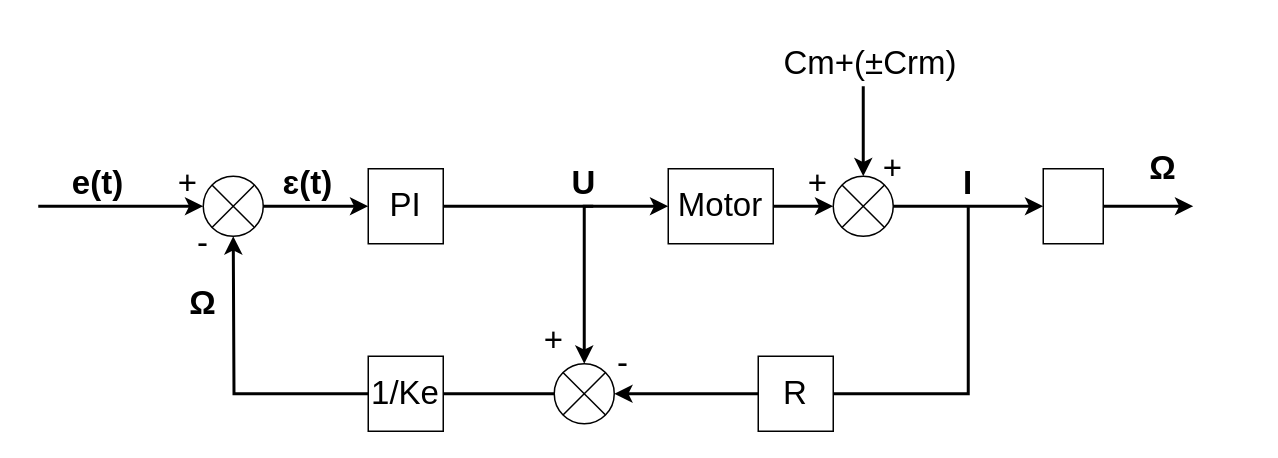
Earlier version of the draw.io diagram page "Page-5" (5 of 6) of add_annotation.drawio (LonelVino/CDN). Source tidied: cells renumbered, new cells numbered last; positions are measured from the earlier drawing's top-left corner, leaving out a move shared by most shapes. Both pictures are drawn from the tidied source at 150%, with x=0, y=0 at pixel (38, 40).
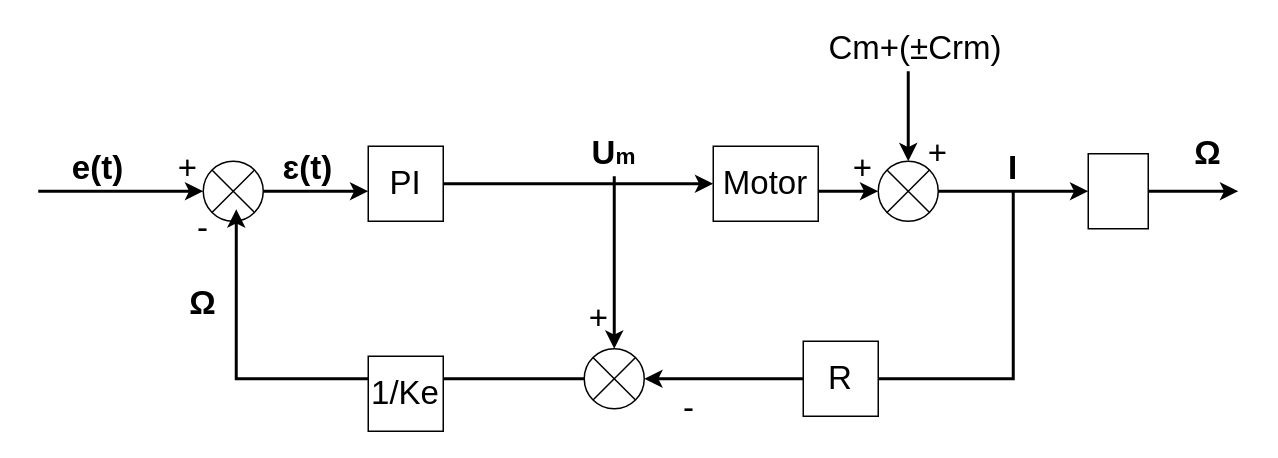
The same page after the edit.

What changed in the source:
```diff
@@
     <mxCell id="2" style="endArrow=classic;html=1;rounded=0;fontSize=22;fontColor=#00994D;strokeWidth=2;edgeStyle=orthogonalEdgeStyle;" parent="1" edge="1">
       <mxGeometry relative="1" as="geometry">
-        <mxPoint y="110" as="sourcePoint" />
-        <mxPoint x="110" y="110" as="targetPoint" />
+        <mxPoint y="100" as="sourcePoint" />
+        <mxPoint x="110" y="100" as="targetPoint" />
         <Array as="points">
-          <mxPoint x="90" y="110" />
-          <mxPoint x="90" y="110" />
+          <mxPoint x="90" y="100" />
+          <mxPoint x="90" y="100" />
         </Array>
       </mxGeometry>
     </mxCell>
     <mxCell id="3" style="shape=sumEllipse;perimeter=ellipsePerimeter;whiteSpace=wrap;html=1;backgroundOutline=1;fontSize=22;fontColor=#00994D;" parent="1" vertex="1">
-      <mxGeometry x="110" y="90" width="40" height="40" as="geometry" />
+      <mxGeometry x="110" y="80" width="40" height="40" as="geometry" />
     </mxCell>
     <mxCell id="4" value="&lt;font color=&quot;#000000&quot;&gt;+&lt;/font&gt;" style="text;html=1;strokeColor=none;fillColor=none;align=center;verticalAlign=middle;whiteSpace=wrap;rounded=0;fontSize=22;fontColor=#00994D;" parent="1" vertex="1">
-      <mxGeometry x="70" y="80" width="60" height="30" as="geometry" />
+      <mxGeometry x="70" y="70" width="60" height="30" as="geometry" />
     </mxCell>
     <mxCell id="5" value="&lt;b&gt;e(t)&lt;/b&gt;" style="text;html=1;strokeColor=none;fillColor=none;align=center;verticalAlign=middle;whiteSpace=wrap;rounded=0;fontSize=22;fontColor=#000000;" parent="1" vertex="1">
-      <mxGeometry x="10" y="80" width="60" height="30" as="geometry" />
+      <mxGeometry x="10" y="70" width="60" height="30" as="geometry" />
     </mxCell>
-    <mxCell id="6" style="endArrow=classic;html=1;rounded=0;fontSize=22;fontColor=#000000;strokeWidth=2;edgeStyle=orthogonalEdgeStyle;exitX=0;exitY=0.5;exitDx=0;exitDy=0;" parent="1" edge="1" source="8">
-      <mxGeometry relative="1" as="geometry">
-        <mxPoint x="130" y="130" as="targetPoint" />
-      </mxGeometry>
+    <mxCell id="6" style="endArrow=classic;html=1;rounded=0;fontSize=22;fontColor=#000000;strokeWidth=2;edgeStyle=orthogonalEdgeStyle;exitX=0;exitY=0.5;exitDx=0;exitDy=0;entryX=0.867;entryY=0.067;entryDx=0;entryDy=0;entryPerimeter=0;" parent="1" edge="1" source="8" target="9">
+      <mxGeometry relative="1" as="geometry" />
     </mxCell>
@@
     <mxCell id="8" style="shape=sumEllipse;perimeter=ellipsePerimeter;whiteSpace=wrap;html=1;backgroundOutline=1;fontSize=22;fontColor=#00994D;" parent="1" vertex="1">
-      <mxGeometry x="344" y="215" width="40" height="40" as="geometry" />
+      <mxGeometry x="364" y="205" width="40" height="40" as="geometry" />
     </mxCell>
     <mxCell id="9" value="&lt;font color=&quot;#000000&quot;&gt;-&lt;/font&gt;" style="text;html=1;strokeColor=none;fillColor=none;align=center;verticalAlign=middle;whiteSpace=wrap;rounded=0;fontSize=22;fontColor=#00994D;" parent="1" vertex="1">
-      <mxGeometry x="80" y="120" width="60" height="30" as="geometry" />
+      <mxGeometry x="80" y="110" width="60" height="30" as="geometry" />
     </mxCell>
     <mxCell id="10" value="&lt;font color=&quot;#000000&quot;&gt;-&lt;/font&gt;" style="text;html=1;strokeColor=none;fillColor=none;align=center;verticalAlign=middle;whiteSpace=wrap;rounded=0;fontSize=22;fontColor=#00994D;" parent="1" vertex="1">
-      <mxGeometry x="360" y="200" width="60" height="30" as="geometry" />
+      <mxGeometry x="404" y="230" width="60" height="30" as="geometry" />
     </mxCell>
     <mxCell id="11" value="&lt;font color=&quot;#000000&quot;&gt;+&lt;/font&gt;" style="text;html=1;strokeColor=none;fillColor=none;align=center;verticalAlign=middle;whiteSpace=wrap;rounded=0;fontSize=22;fontColor=#00994D;" parent="1" vertex="1">
-      <mxGeometry x="314" y="185" width="60" height="30" as="geometry" />
+      <mxGeometry x="344" y="170" width="60" height="30" as="geometry" />
     </mxCell>
-    <mxCell id="12" style="endArrow=classic;html=1;rounded=0;fontSize=22;fontColor=#000000;strokeWidth=2;edgeStyle=orthogonalEdgeStyle;entryX=0.5;entryY=0;entryDx=0;entryDy=0;" parent="1" edge="1" target="8">
-      <mxGeometry relative="1" as="geometry">
-        <mxPoint x="370" y="110" as="sourcePoint" />
-        <Array as="points">
-          <mxPoint x="364" y="140" />
-          <mxPoint x="364" y="140" />
-        </Array>
-      </mxGeometry>
+    <mxCell id="12" style="endArrow=classic;html=1;rounded=0;fontSize=22;fontColor=#000000;strokeWidth=2;edgeStyle=orthogonalEdgeStyle;entryX=0.5;entryY=0;entryDx=0;entryDy=0;exitX=0.5;exitY=1;exitDx=0;exitDy=0;" parent="1" edge="1" source="28" target="8">
+      <mxGeometry relative="1" as="geometry" />
     </mxCell>
     <mxCell id="13" style="endArrow=classic;html=1;rounded=0;fontSize=22;fontColor=#000000;strokeWidth=2;edgeStyle=orthogonalEdgeStyle;exitX=1;exitY=0.5;exitDx=0;exitDy=0;" parent="1" edge="1" source="3">
       <mxGeometry relative="1" as="geometry">
-        <mxPoint x="220" y="110" as="targetPoint" />
+        <mxPoint x="220" y="100" as="targetPoint" />
       </mxGeometry>
     </mxCell>
     <mxCell id="14" value="PI" style="rounded=0;whiteSpace=wrap;html=1;fontSize=22;fontColor=#000000;" parent="1" vertex="1">
-      <mxGeometry x="220" y="85" width="50" height="50" as="geometry" />
+      <mxGeometry x="220" y="70" width="50" height="50" as="geometry" />
     </mxCell>
-    <mxCell id="15" style="endArrow=classic;html=1;rounded=0;fontSize=22;fontColor=#000000;strokeWidth=2;edgeStyle=orthogonalEdgeStyle;exitX=1;exitY=0.5;exitDx=0;exitDy=0;" parent="1" edge="1">
-      <mxGeometry relative="1" as="geometry">
-        <mxPoint x="270" y="110" as="sourcePoint" />
-        <mxPoint x="420" y="110" as="targetPoint" />
-      </mxGeometry>
-    </mxCell>
     <mxCell id="16" value="Motor" style="rounded=0;whiteSpace=wrap;html=1;fontSize=22;fontColor=#000000;" parent="1" vertex="1">
-      <mxGeometry x="420" y="85" width="70" height="50" as="geometry" />
+      <mxGeometry x="450" y="70" width="70" height="50" as="geometry" />
     </mxCell>
     <mxCell id="17" style="endArrow=classic;html=1;rounded=0;fontSize=22;fontColor=#000000;strokeWidth=2;edgeStyle=orthogonalEdgeStyle;exitX=1;exitY=0.5;exitDx=0;exitDy=0;" parent="1" edge="1">
       <mxGeometry relative="1" as="geometry">
-        <mxPoint x="490" y="110" as="sourcePoint" />
-        <mxPoint x="530" y="110" as="targetPoint" />
+        <mxPoint x="520" y="100" as="sourcePoint" />
+        <mxPoint x="560" y="100" as="targetPoint" />
       </mxGeometry>
     </mxCell>
     <mxCell id="18" style="shape=sumEllipse;perimeter=ellipsePerimeter;whiteSpace=wrap;html=1;backgroundOutline=1;fontSize=22;fontColor=#00994D;" parent="1" vertex="1">
-      <mxGeometry x="530" y="90" width="40" height="40" as="geometry" />
+      <mxGeometry x="560" y="80" width="40" height="40" as="geometry" />
     </mxCell>
     <mxCell id="19" value="&lt;font color=&quot;#000000&quot;&gt;+&lt;/font&gt;" style="text;html=1;strokeColor=none;fillColor=none;align=center;verticalAlign=middle;whiteSpace=wrap;rounded=0;fontSize=22;fontColor=#00994D;" parent="1" vertex="1">
-      <mxGeometry x="490" y="80" width="60" height="30" as="geometry" />
+      <mxGeometry x="520" y="70" width="60" height="30" as="geometry" />
     </mxCell>
     <mxCell id="20" style="endArrow=classic;html=1;rounded=0;fontSize=22;fontColor=#000000;strokeWidth=2;edgeStyle=orthogonalEdgeStyle;entryX=0.5;entryY=0;entryDx=0;entryDy=0;" parent="1" edge="1">
       <mxGeometry relative="1" as="geometry">
-        <mxPoint x="550" y="30" as="sourcePoint" />
-        <mxPoint x="550" y="90" as="targetPoint" />
+        <mxPoint x="580" y="20" as="sourcePoint" />
+        <mxPoint x="580" y="80" as="targetPoint" />
         <Array as="points">
-          <mxPoint x="550" y="70" />
-          <mxPoint x="550" y="70" />
+          <mxPoint x="580" y="60" />
+          <mxPoint x="580" y="60" />
         </Array>
       </mxGeometry>
     </mxCell>
     <mxCell id="21" value="Cm+(±Crm)" style="text;html=1;strokeColor=none;fillColor=none;align=center;verticalAlign=middle;whiteSpace=wrap;rounded=0;fontSize=22;fontColor=#000000;" parent="1" vertex="1">
-      <mxGeometry x="490" width="130" height="30" as="geometry" />
+      <mxGeometry x="520" y="-10" width="130" height="30" as="geometry" />
     </mxCell>
     <mxCell id="22" value="&lt;font color=&quot;#000000&quot;&gt;+&lt;/font&gt;" style="text;html=1;strokeColor=none;fillColor=none;align=center;verticalAlign=middle;whiteSpace=wrap;rounded=0;fontSize=22;fontColor=#00994D;" parent="1" vertex="1">
-      <mxGeometry x="540" y="70" width="60" height="30" as="geometry" />
+      <mxGeometry x="570" y="60" width="60" height="30" as="geometry" />
     </mxCell>
     <mxCell id="23" style="endArrow=classic;html=1;rounded=0;fontSize=22;fontColor=#000000;strokeWidth=2;edgeStyle=orthogonalEdgeStyle;exitX=1;exitY=0.5;exitDx=0;exitDy=0;" parent="1" edge="1">
       <mxGeometry relative="1" as="geometry">
-        <mxPoint x="570" y="110" as="sourcePoint" />
-        <mxPoint x="670" y="110" as="targetPoint" />
+        <mxPoint x="600" y="100" as="sourcePoint" />
+        <mxPoint x="700" y="100" as="targetPoint" />
       </mxGeometry>
     </mxCell>
     <mxCell id="24" style="rounded=0;whiteSpace=wrap;html=1;fontSize=22;fontColor=#000000;" parent="1" vertex="1">
-      <mxGeometry x="670" y="85" width="40" height="50" as="geometry" />
+      <mxGeometry x="700" y="75" width="40" height="50" as="geometry" />
     </mxCell>
     <mxCell id="25" style="endArrow=classic;html=1;rounded=0;fontSize=22;fontColor=#000000;strokeWidth=2;edgeStyle=orthogonalEdgeStyle;exitX=1;exitY=0.5;exitDx=0;exitDy=0;" parent="1" edge="1">
       <mxGeometry relative="1" as="geometry">
-        <mxPoint x="710" y="110" as="sourcePoint" />
-        <mxPoint x="770" y="110" as="targetPoint" />
+        <mxPoint x="740" y="100" as="sourcePoint" />
+        <mxPoint x="800" y="100" as="targetPoint" />
       </mxGeometry>
     </mxCell>
     <mxCell id="26" style="endArrow=classic;html=1;rounded=0;fontSize=22;fontColor=#000000;strokeWidth=2;edgeStyle=orthogonalEdgeStyle;entryX=1;entryY=0.5;entryDx=0;entryDy=0;" parent="1" edge="1" target="8">
       <mxGeometry relative="1" as="geometry">
-        <mxPoint x="620" y="110" as="sourcePoint" />
+        <mxPoint x="650" y="100" as="sourcePoint" />
         <Array as="points">
-          <mxPoint x="620" y="235" />
+          <mxPoint x="650" y="225" />
         </Array>
       </mxGeometry>
     </mxCell>
     <mxCell id="27" value="R" style="rounded=0;whiteSpace=wrap;html=1;fontSize=22;fontColor=#000000;" parent="1" vertex="1">
-      <mxGeometry x="480" y="210" width="50" height="50" as="geometry" />
+      <mxGeometry x="510" y="200" width="50" height="50" as="geometry" />
     </mxCell>
-    <mxCell id="28" value="&lt;b&gt;U&lt;/b&gt;" style="text;html=1;strokeColor=none;fillColor=none;align=center;verticalAlign=middle;whiteSpace=wrap;rounded=0;fontSize=22;fontColor=#000000;" parent="1" vertex="1">
-      <mxGeometry x="334" y="80" width="60" height="30" as="geometry" />
+    <mxCell id="28" value="&lt;b&gt;U&lt;font style=&quot;font-size: 15px&quot;&gt;m&lt;/font&gt;&lt;/b&gt;" style="text;html=1;strokeColor=none;fillColor=none;align=center;verticalAlign=middle;whiteSpace=wrap;rounded=0;fontSize=22;fontColor=#000000;" parent="1" vertex="1">
+      <mxGeometry x="354" y="60" width="60" height="30" as="geometry" />
     </mxCell>
     <mxCell id="29" value="&lt;b&gt;Ω&lt;/b&gt;" style="text;html=1;strokeColor=none;fillColor=none;align=center;verticalAlign=middle;whiteSpace=wrap;rounded=0;fontSize=22;fontColor=#000000;" parent="1" vertex="1">
-      <mxGeometry x="720" y="70" width="60" height="30" as="geometry" />
+      <mxGeometry x="750" y="60" width="60" height="30" as="geometry" />
     </mxCell>
@@
     <mxCell id="31" value="&lt;b&gt;I&lt;/b&gt;" style="text;html=1;strokeColor=none;fillColor=none;align=center;verticalAlign=middle;whiteSpace=wrap;rounded=0;fontSize=22;fontColor=#000000;" parent="1" vertex="1">
-      <mxGeometry x="590" y="80" width="60" height="30" as="geometry" />
+      <mxGeometry x="620" y="70" width="60" height="30" as="geometry" />
     </mxCell>
     <mxCell id="32" value="&lt;font size=&quot;1&quot;&gt;&lt;b style=&quot;font-size: 22px&quot;&gt;ɛ(t)&lt;/b&gt;&lt;/font&gt;" style="text;html=1;strokeColor=none;fillColor=none;align=center;verticalAlign=middle;whiteSpace=wrap;rounded=0;" parent="1" vertex="1">
-      <mxGeometry x="150" y="80" width="60" height="30" as="geometry" />
+      <mxGeometry x="150" y="70" width="60" height="30" as="geometry" />
     </mxCell>
+    <mxCell id="33" style="endArrow=classic;html=1;rounded=0;fontSize=22;fontColor=#000000;strokeWidth=2;edgeStyle=orthogonalEdgeStyle;exitX=1;exitY=0.5;exitDx=0;exitDy=0;entryX=0;entryY=0.5;entryDx=0;entryDy=0;" parent="1" edge="1" source="14" target="16">
+      <mxGeometry relative="1" as="geometry" />
+    </mxCell>
```
